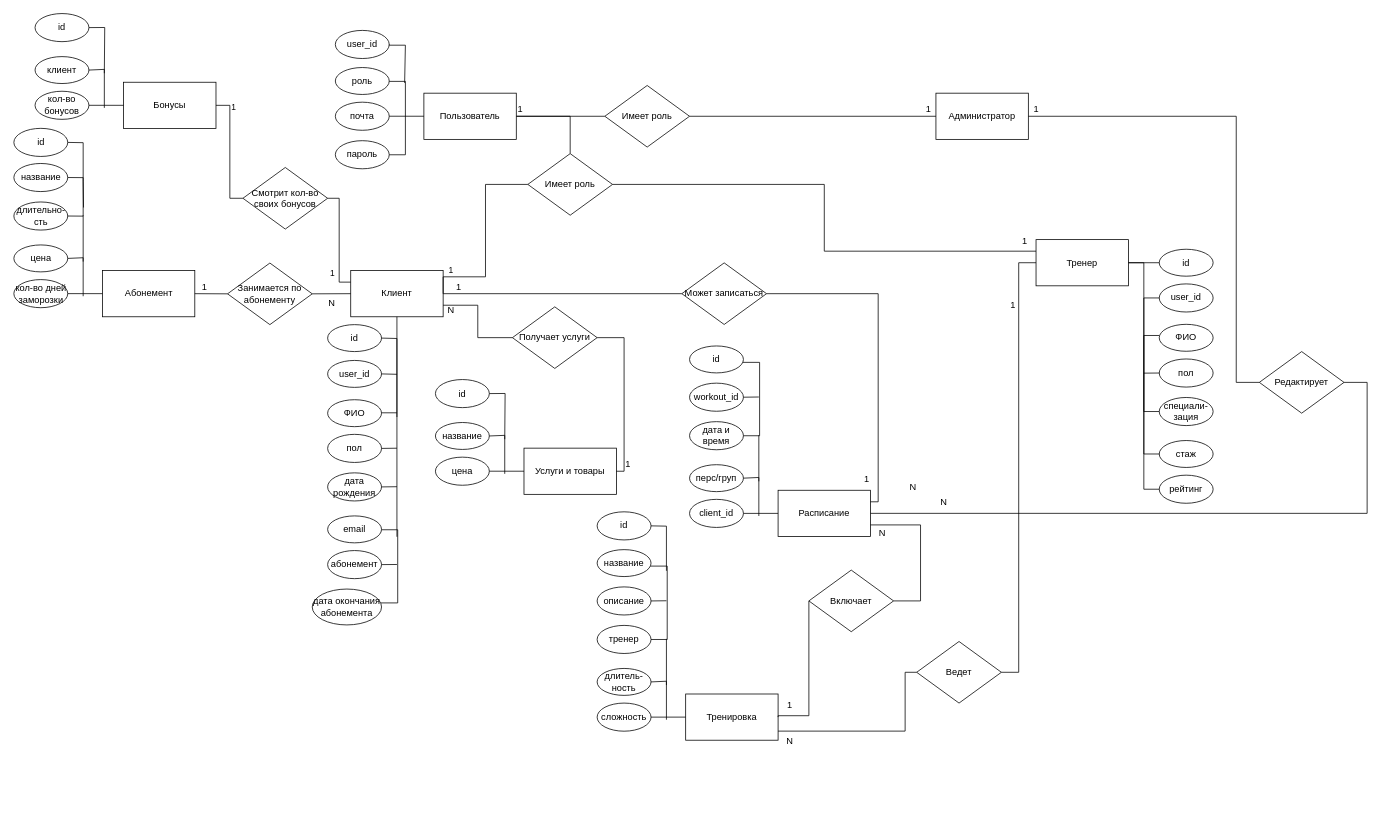
The draw.io diagram img/er.drawio in Ananasiika/FlexAirFit, before the edit. Source tidied: cells renumbered, new cells numbered last; positions are measured from the earlier drawing's top-left corner, leaving out a move shared by most shapes. Both pictures are drawn from the tidied source at 77%, with x=0, y=0 at pixel (13, 13).
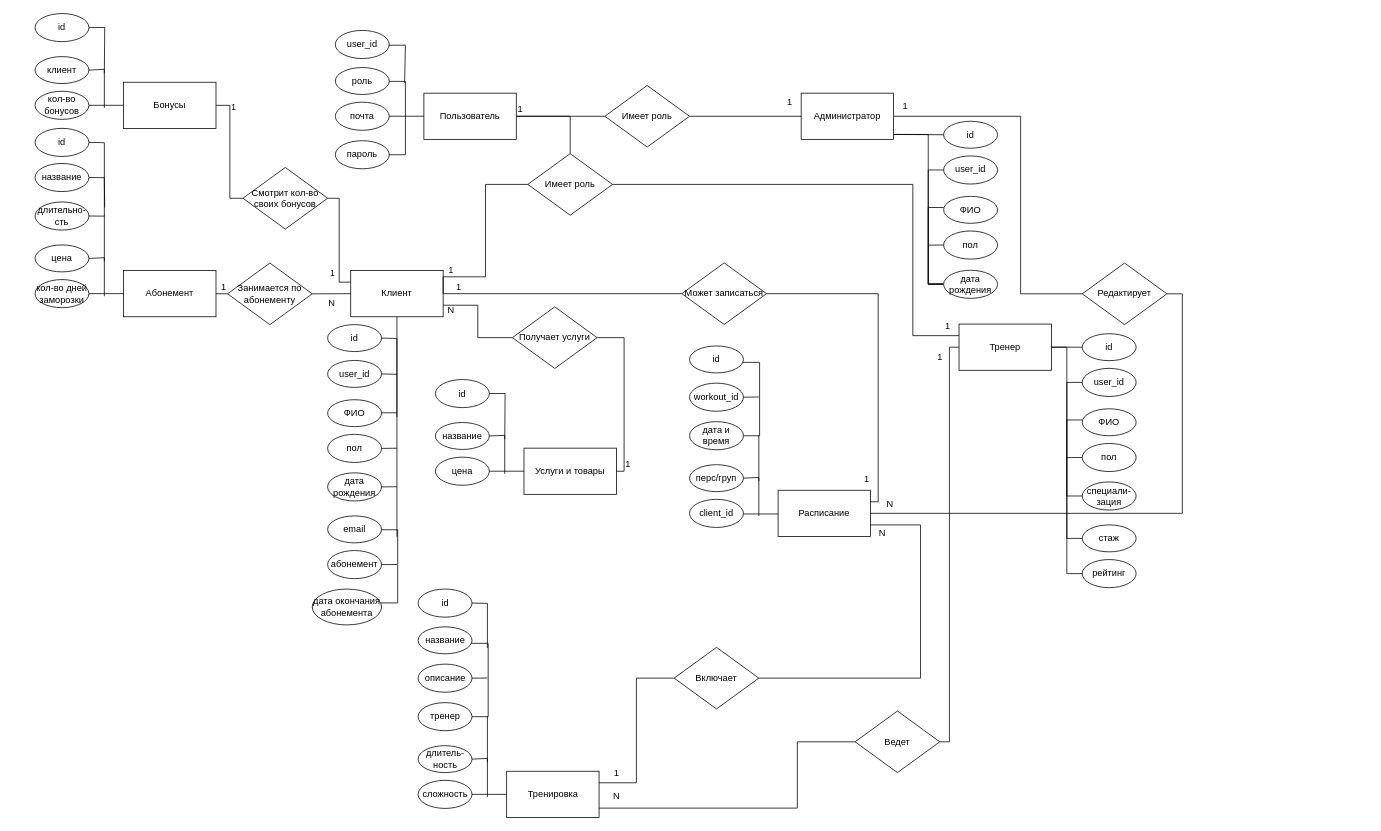
The same diagram, later.

The change refers to these unchanged cells:
```xml
<mxCell id="4" value="Имеет роль" style="rhombus;whiteSpace=wrap;html=1;" parent="1" vertex="1">
  <mxGeometry x="668" y="182" width="110" height="80" as="geometry" />
</mxCell>
<mxCell id="46" value="Расписание" style="rounded=0;whiteSpace=wrap;html=1;" parent="1" vertex="1">
  <mxGeometry x="993" y="619.2" width="120" height="60" as="geometry" />
</mxCell>
<mxCell id="48" value="client_id" style="ellipse;whiteSpace=wrap;html=1;" parent="1" vertex="1">
  <mxGeometry x="878" y="631" width="70" height="36.5" as="geometry" />
</mxCell>
```

The edit, as a diff of the source:
```diff
@@
     <mxCell id="25" value="Тренер" style="rounded=0;whiteSpace=wrap;html=1;" parent="1" vertex="1">
-      <mxGeometry x="1328" y="293.7" width="120" height="60" as="geometry" />
+      <mxGeometry x="1228" y="403.4" width="120" height="60" as="geometry" />
     </mxCell>
     <mxCell id="26" value="стаж" style="ellipse;whiteSpace=wrap;html=1;" parent="1" vertex="1">
-      <mxGeometry x="1488" y="554.6" width="70" height="35" as="geometry" />
+      <mxGeometry x="1388" y="664.2" width="70" height="35" as="geometry" />
     </mxCell>
     <mxCell id="27" value="рейтинг" style="ellipse;whiteSpace=wrap;html=1;" parent="1" vertex="1">
-      <mxGeometry x="1488" y="599.6" width="70" height="36.5" as="geometry" />
+      <mxGeometry x="1388" y="709.2" width="70" height="36.5" as="geometry" />
     </mxCell>
     <mxCell id="28" value="ФИО" style="ellipse;whiteSpace=wrap;html=1;" parent="1" vertex="1">
-      <mxGeometry x="1488" y="403.7" width="70" height="35" as="geometry" />
+      <mxGeometry x="1388" y="513.4" width="70" height="35" as="geometry" />
     </mxCell>
     <mxCell id="29" value="пол" style="ellipse;whiteSpace=wrap;html=1;" parent="1" vertex="1">
-      <mxGeometry x="1488" y="448.7" width="70" height="36.5" as="geometry" />
+      <mxGeometry x="1388" y="558.4" width="70" height="36.5" as="geometry" />
     </mxCell>
     <mxCell id="30" value="специали-&lt;br&gt;зация" style="ellipse;whiteSpace=wrap;html=1;" parent="1" vertex="1">
-      <mxGeometry x="1488" y="498.7" width="70" height="36.5" as="geometry" />
+      <mxGeometry x="1388" y="608.4" width="70" height="36.5" as="geometry" />
     </mxCell>
     <mxCell id="31" value="id" style="ellipse;whiteSpace=wrap;html=1;" parent="1" vertex="1">
-      <mxGeometry x="1488" y="306.2" width="70" height="35" as="geometry" />
+      <mxGeometry x="1388" y="415.9" width="70" height="35" as="geometry" />
     </mxCell>
     <mxCell id="32" value="user_id" style="ellipse;whiteSpace=wrap;html=1;" parent="1" vertex="1">
-      <mxGeometry x="1488" y="351.2" width="70" height="36.5" as="geometry" />
+      <mxGeometry x="1388" y="460.9" width="70" height="36.5" as="geometry" />
     </mxCell>
     <mxCell id="33" value="Тренировка" style="rounded=0;whiteSpace=wrap;html=1;" parent="1" vertex="1">
-      <mxGeometry x="873" y="883.8" width="120" height="60" as="geometry" />
+      <mxGeometry x="640.5" y="984.1" width="120" height="60" as="geometry" />
     </mxCell>
     <mxCell id="34" value="длитель-ность" style="ellipse;whiteSpace=wrap;html=1;" parent="1" vertex="1">
-      <mxGeometry x="758" y="850.6" width="70" height="35" as="geometry" />
+      <mxGeometry x="525.5" y="950.9" width="70" height="35" as="geometry" />
     </mxCell>
     <mxCell id="35" value="сложность" style="ellipse;whiteSpace=wrap;html=1;" parent="1" vertex="1">
-      <mxGeometry x="758" y="895.6" width="70" height="36.5" as="geometry" />
+      <mxGeometry x="525.5" y="995.9" width="70" height="36.5" as="geometry" />
     </mxCell>
@@
     <mxCell id="37" value="название" style="ellipse;whiteSpace=wrap;html=1;" parent="1" vertex="1">
-      <mxGeometry x="758" y="696.3" width="70" height="35" as="geometry" />
+      <mxGeometry x="525.5" y="796.6" width="70" height="35" as="geometry" />
     </mxCell>
     <mxCell id="38" value="описание" style="ellipse;whiteSpace=wrap;html=1;" parent="1" vertex="1">
-      <mxGeometry x="758" y="744.7" width="70" height="36.5" as="geometry" />
+      <mxGeometry x="525.5" y="845" width="70" height="36.5" as="geometry" />
     </mxCell>
     <mxCell id="39" value="тренер" style="ellipse;whiteSpace=wrap;html=1;" parent="1" vertex="1">
-      <mxGeometry x="758" y="794.7" width="70" height="36.5" as="geometry" />
+      <mxGeometry x="525.5" y="895" width="70" height="36.5" as="geometry" />
     </mxCell>
     <mxCell id="40" style="edgeStyle=orthogonalEdgeStyle;rounded=0;jettySize=auto;html=1;startArrow=none;startFill=0;endArrow=none;endFill=0;" parent="1" edge="1" source="39" target="37">
       <mxGeometry relative="1" as="geometry">
         <Array as="points">
-          <mxPoint x="849" y="812.7" />
-          <mxPoint x="849" y="717.7" />
+          <mxPoint x="616.5" y="913" />
+          <mxPoint x="616.5" y="818" />
         </Array>
       </mxGeometry>
     </mxCell>
     <mxCell id="41" style="endArrow=none;html=1;rounded=0;exitX=1;exitY=0.5;exitDx=0;exitDy=0;" parent="1" edge="1" source="38">
       <mxGeometry relative="1" as="geometry">
-        <mxPoint x="848" y="762.7" as="targetPoint" />
+        <mxPoint x="615.5" y="863" as="targetPoint" />
       </mxGeometry>
     </mxCell>
     <mxCell id="42" style="endArrow=none;html=1;rounded=0;" parent="1" edge="1">
       <mxGeometry relative="1" as="geometry">
-        <mxPoint x="848" y="872.2" as="sourcePoint" />
-        <mxPoint x="848" y="812.2" as="targetPoint" />
+        <mxPoint x="615.5" y="972.5" as="sourcePoint" />
+        <mxPoint x="615.5" y="912.5" as="targetPoint" />
       </mxGeometry>
     </mxCell>
     <mxCell id="43" value="id" style="ellipse;whiteSpace=wrap;html=1;" parent="1" vertex="1">
-      <mxGeometry x="758" y="647.2" width="70" height="36.5" as="geometry" />
+      <mxGeometry x="525.5" y="747.5" width="70" height="36.5" as="geometry" />
     </mxCell>
     <mxCell id="44" style="endArrow=none;html=1;rounded=0;exitX=1;exitY=0.5;exitDx=0;exitDy=0;" parent="1" edge="1" source="43">
       <mxGeometry relative="1" as="geometry">
-        <mxPoint x="848" y="723.8" as="targetPoint" />
+        <mxPoint x="615.5" y="824.1" as="targetPoint" />
         <Array as="points">
-          <mxPoint x="848" y="665.8" />
+          <mxPoint x="615.5" y="766.1" />
         </Array>
       </mxGeometry>
     </mxCell>
     <mxCell id="45" style="endArrow=none;html=1;rounded=0;entryX=1;entryY=0.5;entryDx=0;entryDy=0;" parent="1" edge="1" target="34">
       <mxGeometry relative="1" as="geometry">
-        <mxPoint x="848" y="917.2" as="sourcePoint" />
+        <mxPoint x="615.5" y="1017.5" as="sourcePoint" />
         <Array as="points">
-          <mxPoint x="848" y="867.2" />
+          <mxPoint x="615.5" y="967.5" />
         </Array>
       </mxGeometry>
     </mxCell>
@@
-    <mxCell id="49" style="endArrow=none;html=1;rounded=0;exitX=1;exitY=0.5;exitDx=0;exitDy=0;" parent="1" edge="1" source="48" target="46">
-      <mxGeometry relative="1" as="geometry" />
+    <mxCell id="49" style="endArrow=none;html=1;rounded=0;exitX=1;exitY=0.5;exitDx=0;exitDy=0;" parent="1" edge="1">
+      <mxGeometry relative="1" as="geometry">
+        <mxPoint x="948" y="650" as="sourcePoint" />
+        <mxPoint x="993" y="650" as="targetPoint" />
+      </mxGeometry>
     </mxCell>
@@
     <mxCell id="57" value="Абонемент" style="rounded=0;whiteSpace=wrap;html=1;" parent="1" vertex="1">
-      <mxGeometry x="115.5" y="333.9" width="120" height="60" as="geometry" />
+      <mxGeometry x="143" y="333.9" width="120" height="60" as="geometry" />
     </mxCell>
     <mxCell id="58" value="цена" style="ellipse;whiteSpace=wrap;html=1;" parent="1" vertex="1">
-      <mxGeometry x="0.5" y="300.6" width="70" height="35" as="geometry" />
+      <mxGeometry x="28" y="300.6" width="70" height="35" as="geometry" />
     </mxCell>
     <mxCell id="59" value="кол-во дней заморозки" style="ellipse;whiteSpace=wrap;html=1;" parent="1" vertex="1">
-      <mxGeometry x="0.5" y="345.6" width="70" height="36.5" as="geometry" />
+      <mxGeometry x="28" y="345.6" width="70" height="36.5" as="geometry" />
     </mxCell>
@@
     <mxCell id="61" value="название" style="ellipse;whiteSpace=wrap;html=1;" parent="1" vertex="1">
-      <mxGeometry x="0.5" y="194.8" width="70" height="36.5" as="geometry" />
+      <mxGeometry x="28" y="194.8" width="70" height="36.5" as="geometry" />
     </mxCell>
     <mxCell id="62" value="длительно-сть" style="ellipse;whiteSpace=wrap;html=1;" parent="1" vertex="1">
-      <mxGeometry x="0.5" y="244.8" width="70" height="36.5" as="geometry" />
+      <mxGeometry x="28" y="244.8" width="70" height="36.5" as="geometry" />
     </mxCell>
     <mxCell id="63" style="endArrow=none;html=1;rounded=0;exitX=1;exitY=0.5;exitDx=0;exitDy=0;entryX=1;entryY=0.5;entryDx=0;entryDy=0;" parent="1" edge="1" source="61" target="62">
       <mxGeometry relative="1" as="geometry">
         <Array as="points">
-          <mxPoint x="90.5" y="213.2" />
-          <mxPoint x="90.5" y="263.2" />
+          <mxPoint x="118" y="213.2" />
+          <mxPoint x="118" y="263.2" />
         </Array>
       </mxGeometry>
     </mxCell>
     <mxCell id="64" style="endArrow=none;html=1;rounded=0;" parent="1" edge="1">
       <mxGeometry relative="1" as="geometry">
-        <mxPoint x="90.5" y="322.2" as="sourcePoint" />
-        <mxPoint x="90.5" y="262.2" as="targetPoint" />
+        <mxPoint x="118" y="322.2" as="sourcePoint" />
+        <mxPoint x="118" y="262.2" as="targetPoint" />
       </mxGeometry>
     </mxCell>
     <mxCell id="65" style="endArrow=none;html=1;rounded=0;entryX=1;entryY=0.5;entryDx=0;entryDy=0;" parent="1" edge="1" target="58">
       <mxGeometry relative="1" as="geometry">
-        <mxPoint x="90.5" y="367.2" as="sourcePoint" />
+        <mxPoint x="118" y="367.2" as="sourcePoint" />
         <Array as="points">
-          <mxPoint x="90.5" y="317.2" />
+          <mxPoint x="118" y="317.2" />
         </Array>
       </mxGeometry>
     </mxCell>
@@
     <mxCell id="97" style="endArrow=none;html=1;rounded=0;entryX=0;entryY=0.5;entryDx=0;entryDy=0;exitX=0;exitY=0.5;exitDx=0;exitDy=0;edgeStyle=elbowEdgeStyle;" parent="1" edge="1" source="26" target="32">
       <mxGeometry relative="1" as="geometry">
         <Array as="points">
-          <mxPoint x="1468" y="466.1" />
+          <mxPoint x="1368" y="575.8" />
         </Array>
       </mxGeometry>
     </mxCell>
     <mxCell id="98" style="endArrow=none;html=1;rounded=0;entryX=0;entryY=0.5;entryDx=0;entryDy=0;exitX=0;exitY=0.5;exitDx=0;exitDy=0;edgeStyle=elbowEdgeStyle;" parent="1" edge="1" source="30">
       <mxGeometry relative="1" as="geometry">
-        <mxPoint x="1488" y="418.2" as="targetPoint" />
+        <mxPoint x="1388" y="527.9" as="targetPoint" />
         <Array as="points">
-          <mxPoint x="1468" y="526.1" />
+          <mxPoint x="1368" y="635.8" />
         </Array>
       </mxGeometry>
     </mxCell>
     <mxCell id="99" style="endArrow=none;html=1;rounded=0;entryX=0;entryY=0.5;entryDx=0;entryDy=0;" parent="1" edge="1" target="29">
       <mxGeometry relative="1" as="geometry">
-        <mxPoint x="1468" y="467.1" as="sourcePoint" />
+        <mxPoint x="1368" y="576.8" as="sourcePoint" />
       </mxGeometry>
     </mxCell>
     <mxCell id="100" value="Ведет" style="rhombus;whiteSpace=wrap;html=1;" parent="1" vertex="1">
-      <mxGeometry x="1173" y="815.6" width="110" height="80" as="geometry" />
+      <mxGeometry x="1093" y="905.9" width="110" height="80" as="geometry" />
     </mxCell>
@@
     <mxCell id="102" style="endArrow=none;html=1;rounded=0;exitX=0;exitY=0.5;exitDx=0;exitDy=0;edgeStyle=orthogonalEdgeStyle;" parent="1" edge="1" source="100" target="33">
       <mxGeometry relative="1" as="geometry">
         <Array as="points">
-          <mxPoint x="1158" y="856" />
-          <mxPoint x="1158" y="932" />
+          <mxPoint x="1018" y="946" />
+          <mxPoint x="1018" y="1032" />
         </Array>
       </mxGeometry>
     </mxCell>
     <mxCell id="103" value="Администратор" style="rounded=0;whiteSpace=wrap;html=1;" parent="1" vertex="1">
-      <mxGeometry x="1198" y="103.5" width="120" height="60" as="geometry" />
+      <mxGeometry x="1023" y="103.5" width="120" height="60" as="geometry" />
     </mxCell>
     <mxCell id="104" style="endArrow=none;html=1;rounded=0;exitX=1;exitY=0.5;exitDx=0;exitDy=0;entryX=0;entryY=0.25;entryDx=0;entryDy=0;edgeStyle=orthogonalEdgeStyle;" parent="1" edge="1" source="4" target="25">
-      <mxGeometry relative="1" as="geometry" />
+      <mxGeometry relative="1" as="geometry">
+        <Array as="points">
+          <mxPoint x="1168" y="222" />
+          <mxPoint x="1168" y="418" />
+        </Array>
+      </mxGeometry>
     </mxCell>
@@
     <mxCell id="107" value="Редактирует" style="rhombus;whiteSpace=wrap;html=1;" parent="1" vertex="1">
-      <mxGeometry x="1618" y="439.1" width="110" height="80" as="geometry" />
+      <mxGeometry x="1388" y="324.1" width="110" height="80" as="geometry" />
     </mxCell>
     <mxCell id="108" style="endArrow=none;html=1;rounded=0;exitX=1;exitY=0.5;exitDx=0;exitDy=0;entryX=0;entryY=0.5;entryDx=0;entryDy=0;edgeStyle=elbowEdgeStyle;" parent="1" edge="1" source="103" target="107">
       <mxGeometry relative="1" as="geometry">
         <Array as="points">
-          <mxPoint x="1588" y="292" />
+          <mxPoint x="1308" y="252" />
         </Array>
       </mxGeometry>
     </mxCell>
     <mxCell id="109" style="endArrow=none;html=1;rounded=0;exitX=1;exitY=0.5;exitDx=0;exitDy=0;entryX=1;entryY=0.5;entryDx=0;entryDy=0;edgeStyle=elbowEdgeStyle;" parent="1" edge="1" source="46" target="107">
       <mxGeometry relative="1" as="geometry">
         <Array as="points">
-          <mxPoint x="1758" y="582" />
+          <mxPoint x="1518" y="512" />
         </Array>
       </mxGeometry>
     </mxCell>
     <mxCell id="110" value="Включает" style="rhombus;whiteSpace=wrap;html=1;" parent="1" vertex="1">
-      <mxGeometry x="1033" y="722.9" width="110" height="80" as="geometry" />
+      <mxGeometry x="858" y="823.2" width="110" height="80" as="geometry" />
     </mxCell>
@@
-    <mxCell id="112" style="endArrow=none;html=1;rounded=0;entryX=0;entryY=0.5;entryDx=0;entryDy=0;exitX=1;exitY=0.5;exitDx=0;exitDy=0;edgeStyle=elbowEdgeStyle;elbow=vertical;" parent="1" edge="1" source="33" target="110">
-      <mxGeometry relative="1" as="geometry">
-        <Array as="points">
-          <mxPoint x="1008" y="912" />
-        </Array>
-      </mxGeometry>
+    <mxCell id="112" style="endArrow=none;html=1;rounded=0;entryX=0;entryY=0.5;entryDx=0;entryDy=0;exitX=1;exitY=0.25;exitDx=0;exitDy=0;edgeStyle=elbowEdgeStyle;" parent="1" edge="1" source="33" target="110">
+      <mxGeometry relative="1" as="geometry" />
     </mxCell>
@@
     <mxCell id="114" value="1" style="text;html=1;align=center;verticalAlign=middle;strokeColor=none;fillColor=none;" parent="1" vertex="1">
-      <mxGeometry x="233" y="340" width="30" height="30" as="geometry" />
+      <mxGeometry x="258" y="340" width="30" height="30" as="geometry" />
     </mxCell>
@@
     <mxCell id="116" value="1" style="text;html=1;align=center;verticalAlign=middle;strokeColor=none;fillColor=none;" parent="1" vertex="1">
-      <mxGeometry x="1173" y="110" width="30" height="30" as="geometry" />
+      <mxGeometry x="993" y="101" width="30" height="30" as="geometry" />
     </mxCell>
     <mxCell id="117" value="1" style="text;html=1;align=center;verticalAlign=middle;strokeColor=none;fillColor=none;" parent="1" vertex="1">
-      <mxGeometry x="1298" y="281.2" width="30" height="30" as="geometry" />
+      <mxGeometry x="1198" y="390.9" width="30" height="30" as="geometry" />
     </mxCell>
     <mxCell id="118" value="1" style="text;html=1;align=center;verticalAlign=middle;strokeColor=none;fillColor=none;" parent="1" vertex="1">
-      <mxGeometry x="1313" y="110" width="30" height="30" as="geometry" />
+      <mxGeometry x="1143" y="105.2" width="30" height="30" as="geometry" />
     </mxCell>
     <mxCell id="119" value="N" style="text;html=1;align=center;verticalAlign=middle;strokeColor=none;fillColor=none;" parent="1" vertex="1">
-      <mxGeometry x="1193" y="620" width="30" height="30" as="geometry" />
+      <mxGeometry x="1123" y="622.5" width="30" height="30" as="geometry" />
     </mxCell>
@@
     <mxCell id="121" value="1" style="text;html=1;align=center;verticalAlign=middle;strokeColor=none;fillColor=none;" parent="1" vertex="1">
-      <mxGeometry x="993" y="883.8" width="30" height="30" as="geometry" />
+      <mxGeometry x="768" y="972" width="30" height="30" as="geometry" />
     </mxCell>
@@
     <mxCell id="124" value="1" style="text;html=1;align=center;verticalAlign=middle;strokeColor=none;fillColor=none;" parent="1" vertex="1">
-      <mxGeometry x="1283" y="363.9" width="30" height="30" as="geometry" />
+      <mxGeometry x="1188" y="430.7" width="30" height="30" as="geometry" />
     </mxCell>
-    <mxCell id="125" value="N" style="text;html=1;align=center;verticalAlign=middle;strokeColor=none;fillColor=none;" parent="1" vertex="1">
-      <mxGeometry x="1153" y="600" width="30" height="30" as="geometry" />
-    </mxCell>
@@
     <mxCell id="133" value="N" style="text;html=1;align=center;verticalAlign=middle;strokeColor=none;fillColor=none;" parent="1" vertex="1">
-      <mxGeometry x="993" y="930" width="30" height="30" as="geometry" />
+      <mxGeometry x="768" y="1002.4" width="30" height="30" as="geometry" />
     </mxCell>
@@
     <mxCell id="135" value="id" style="ellipse;whiteSpace=wrap;html=1;" parent="1" vertex="1">
-      <mxGeometry x="0.5" y="149.2" width="70" height="36.5" as="geometry" />
+      <mxGeometry x="28" y="149.2" width="70" height="36.5" as="geometry" />
     </mxCell>
     <mxCell id="136" style="endArrow=none;html=1;rounded=0;exitX=1;exitY=0.5;exitDx=0;exitDy=0;" parent="1" edge="1" source="135">
       <mxGeometry relative="1" as="geometry">
-        <mxPoint x="91" y="252" as="targetPoint" />
+        <mxPoint x="118.5" y="252" as="targetPoint" />
         <Array as="points">
-          <mxPoint x="90.5" y="167.8" />
-          <mxPoint x="90.5" y="217.8" />
+          <mxPoint x="118" y="167.8" />
+          <mxPoint x="118" y="217.8" />
         </Array>
       </mxGeometry>
     </mxCell>
+    <mxCell id="137" value="ФИО" style="ellipse;whiteSpace=wrap;html=1;" parent="1" vertex="1">
+      <mxGeometry x="1208" y="237.5" width="70" height="35" as="geometry" />
+    </mxCell>
+    <mxCell id="138" value="пол" style="ellipse;whiteSpace=wrap;html=1;" parent="1" vertex="1">
+      <mxGeometry x="1208" y="282.5" width="70" height="36.5" as="geometry" />
+    </mxCell>
+    <mxCell id="139" value="id" style="ellipse;whiteSpace=wrap;html=1;" parent="1" vertex="1">
+      <mxGeometry x="1208" y="140" width="70" height="35" as="geometry" />
+    </mxCell>
+    <mxCell id="140" value="user_id" style="ellipse;whiteSpace=wrap;html=1;" parent="1" vertex="1">
+      <mxGeometry x="1208" y="185" width="70" height="36.5" as="geometry" />
+    </mxCell>
+    <mxCell id="141" style="endArrow=none;html=1;rounded=0;entryX=1;entryY=0.5;entryDx=0;entryDy=0;exitX=0;exitY=0.5;exitDx=0;exitDy=0;edgeStyle=elbowEdgeStyle;" parent="1" edge="1" source="146">
+      <mxGeometry relative="1" as="geometry">
+        <mxPoint x="1143" y="157.1" as="targetPoint" />
+        <Array as="points">
+          <mxPoint x="1188" y="252" />
+        </Array>
+      </mxGeometry>
+    </mxCell>
+    <mxCell id="142" style="endArrow=none;html=1;rounded=0;entryX=0;entryY=0.5;entryDx=0;entryDy=0;exitX=1;exitY=0.5;exitDx=0;exitDy=0;" parent="1" edge="1" target="139">
+      <mxGeometry relative="1" as="geometry">
+        <mxPoint x="1143" y="157.1" as="sourcePoint" />
+      </mxGeometry>
+    </mxCell>
+    <mxCell id="143" style="endArrow=none;html=1;rounded=0;entryX=0;entryY=0.5;entryDx=0;entryDy=0;exitX=0;exitY=0.5;exitDx=0;exitDy=0;edgeStyle=elbowEdgeStyle;" parent="1" edge="1" source="146" target="140">
+      <mxGeometry relative="1" as="geometry">
+        <Array as="points">
+          <mxPoint x="1188" y="299.9" />
+        </Array>
+      </mxGeometry>
+    </mxCell>
+    <mxCell id="144" style="endArrow=none;html=1;rounded=0;entryX=0;entryY=0.5;entryDx=0;entryDy=0;exitX=0;exitY=0.5;exitDx=0;exitDy=0;edgeStyle=elbowEdgeStyle;" parent="1" edge="1">
+      <mxGeometry relative="1" as="geometry">
+        <mxPoint x="1208" y="350.8" as="sourcePoint" />
+        <mxPoint x="1208" y="252" as="targetPoint" />
+        <Array as="points">
+          <mxPoint x="1188" y="359.9" />
+        </Array>
+      </mxGeometry>
+    </mxCell>
+    <mxCell id="145" style="endArrow=none;html=1;rounded=0;entryX=0;entryY=0.5;entryDx=0;entryDy=0;" parent="1" edge="1" target="138">
+      <mxGeometry relative="1" as="geometry">
+        <mxPoint x="1188" y="300.9" as="sourcePoint" />
+      </mxGeometry>
+    </mxCell>
+    <mxCell id="146" value="дата рождения" style="ellipse;whiteSpace=wrap;html=1;" parent="1" vertex="1">
+      <mxGeometry x="1208" y="333.5" width="70" height="36.5" as="geometry" />
+    </mxCell>
```
